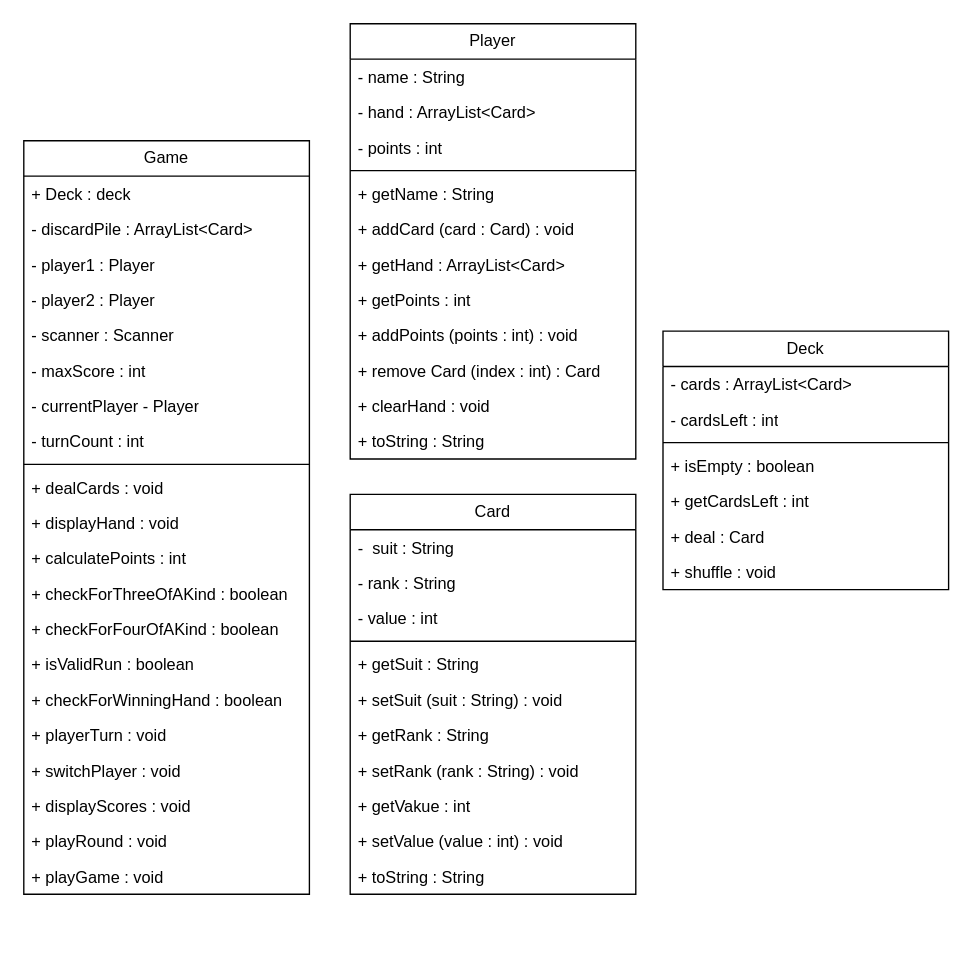
ssandhu20/CardGame keeps this draw.io diagram as CardGame.drawio. Above is the earlier version. Source tidied: cells renumbered, new cells numbered last; positions are measured from the earlier drawing's top-left corner, leaving out a move shared by most shapes. Both pictures are drawn from the tidied source at 136%, with x=0, y=0 at pixel (23, 23).
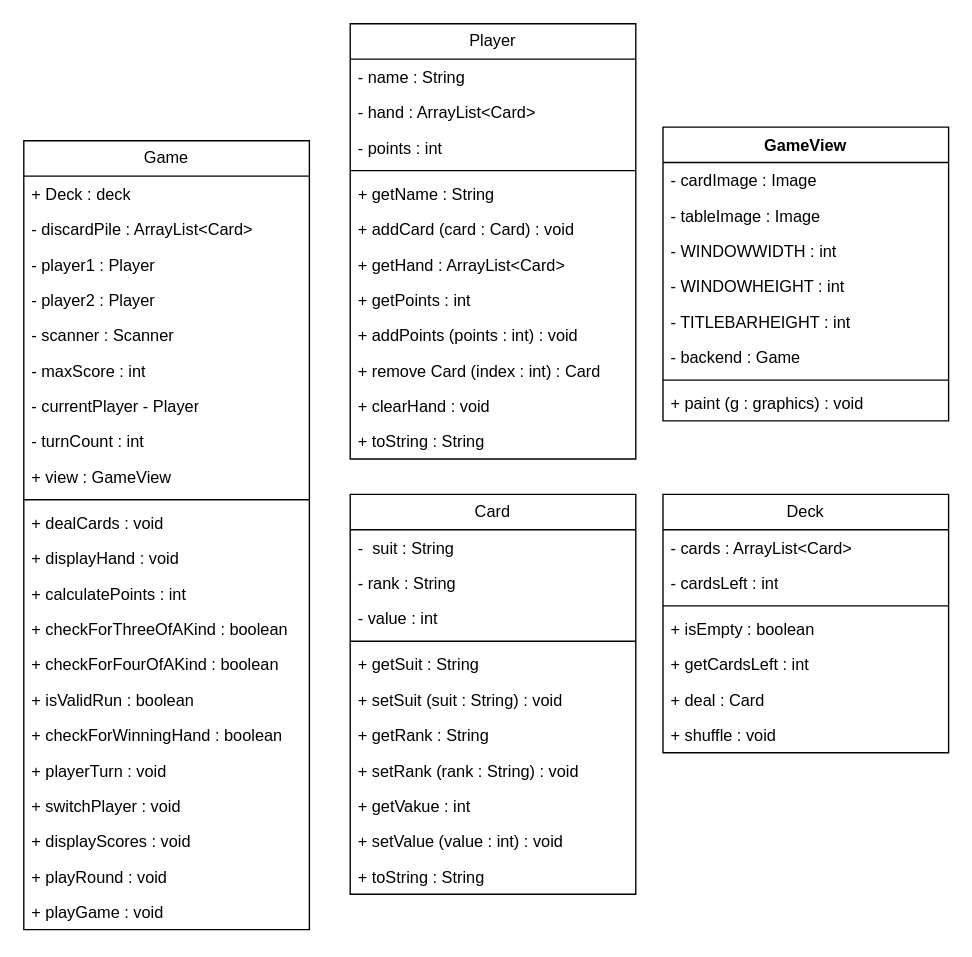
The same diagram, later.

What changed in the source:
```diff
@@
     <mxCell id="15" value="Deck" style="swimlane;fontStyle=0;horizontal=1;startSize=26;fillColor=none;whiteSpace=wrap;html=1;" parent="1" vertex="1">
-      <mxGeometry x="470" y="226" width="210" height="190" as="geometry" />
+      <mxGeometry x="470" y="346" width="210" height="190" as="geometry" />
     </mxCell>
@@
     <mxCell id="23" value="Game" style="swimlane;fontStyle=0;horizontal=1;startSize=26;fillColor=none;whiteSpace=wrap;html=1;" parent="1" vertex="1">
-      <mxGeometry y="86" width="210" height="554" as="geometry" />
+      <mxGeometry y="86" width="210" height="580" as="geometry" />
     </mxCell>
@@
+    <mxCell id="57" value="+ view : GameView" style="text;strokeColor=none;fillColor=none;align=left;verticalAlign=top;spacingLeft=4;spacingRight=4;overflow=hidden;whiteSpace=wrap;html=1;" parent="23" vertex="1">
+      <mxGeometry y="234" width="210" height="26" as="geometry" />
+    </mxCell>
     <mxCell id="32" style="line;strokeWidth=1;fillColor=none;align=left;verticalAlign=middle;spacingTop=-1;spacingLeft=3;spacingRight=3;labelPosition=right;strokeColor=inherit;" parent="23" vertex="1">
-      <mxGeometry y="234" width="210" height="8" as="geometry" />
+      <mxGeometry y="260" width="210" height="8" as="geometry" />
     </mxCell>
     <mxCell id="33" value="+ dealCards : void" style="text;strokeColor=none;fillColor=none;align=left;verticalAlign=top;spacingLeft=4;spacingRight=4;overflow=hidden;whiteSpace=wrap;html=1;" parent="23" vertex="1">
-      <mxGeometry y="242" width="210" height="26" as="geometry" />
+      <mxGeometry y="268" width="210" height="26" as="geometry" />
     </mxCell>
     <mxCell id="34" value="+ displayHand : void" style="text;strokeColor=none;fillColor=none;align=left;verticalAlign=top;spacingLeft=4;spacingRight=4;overflow=hidden;whiteSpace=wrap;html=1;" parent="23" vertex="1">
-      <mxGeometry y="268" width="210" height="26" as="geometry" />
+      <mxGeometry y="294" width="210" height="26" as="geometry" />
     </mxCell>
     <mxCell id="35" value="+ calculatePoints : int" style="text;strokeColor=none;fillColor=none;align=left;verticalAlign=top;spacingLeft=4;spacingRight=4;overflow=hidden;whiteSpace=wrap;html=1;" parent="23" vertex="1">
-      <mxGeometry y="294" width="210" height="26" as="geometry" />
+      <mxGeometry y="320" width="210" height="26" as="geometry" />
     </mxCell>
     <mxCell id="36" value="+ checkForThreeOfAKind : boolean" style="text;strokeColor=none;fillColor=none;align=left;verticalAlign=top;spacingLeft=4;spacingRight=4;overflow=hidden;whiteSpace=wrap;html=1;" parent="23" vertex="1">
-      <mxGeometry y="320" width="210" height="26" as="geometry" />
+      <mxGeometry y="346" width="210" height="26" as="geometry" />
     </mxCell>
     <mxCell id="37" value="+ checkForFourOfAKind : boolean" style="text;strokeColor=none;fillColor=none;align=left;verticalAlign=top;spacingLeft=4;spacingRight=4;overflow=hidden;whiteSpace=wrap;html=1;" parent="23" vertex="1">
-      <mxGeometry y="346" width="210" height="26" as="geometry" />
+      <mxGeometry y="372" width="210" height="26" as="geometry" />
     </mxCell>
     <mxCell id="38" value="+ isValidRun : boolean" style="text;strokeColor=none;fillColor=none;align=left;verticalAlign=top;spacingLeft=4;spacingRight=4;overflow=hidden;whiteSpace=wrap;html=1;" parent="23" vertex="1">
-      <mxGeometry y="372" width="210" height="26" as="geometry" />
+      <mxGeometry y="398" width="210" height="26" as="geometry" />
     </mxCell>
     <mxCell id="39" value="+ checkForWinningHand : boolean" style="text;strokeColor=none;fillColor=none;align=left;verticalAlign=top;spacingLeft=4;spacingRight=4;overflow=hidden;whiteSpace=wrap;html=1;" parent="23" vertex="1">
-      <mxGeometry y="398" width="210" height="26" as="geometry" />
+      <mxGeometry y="424" width="210" height="26" as="geometry" />
     </mxCell>
     <mxCell id="40" value="+ playerTurn : void" style="text;strokeColor=none;fillColor=none;align=left;verticalAlign=top;spacingLeft=4;spacingRight=4;overflow=hidden;whiteSpace=wrap;html=1;" parent="23" vertex="1">
-      <mxGeometry y="424" width="210" height="26" as="geometry" />
+      <mxGeometry y="450" width="210" height="26" as="geometry" />
     </mxCell>
     <mxCell id="41" value="+ switchPlayer : void" style="text;strokeColor=none;fillColor=none;align=left;verticalAlign=top;spacingLeft=4;spacingRight=4;overflow=hidden;whiteSpace=wrap;html=1;" parent="23" vertex="1">
-      <mxGeometry y="450" width="210" height="26" as="geometry" />
+      <mxGeometry y="476" width="210" height="26" as="geometry" />
     </mxCell>
     <mxCell id="42" value="+ displayScores : void" style="text;strokeColor=none;fillColor=none;align=left;verticalAlign=top;spacingLeft=4;spacingRight=4;overflow=hidden;whiteSpace=wrap;html=1;" parent="23" vertex="1">
-      <mxGeometry y="476" width="210" height="26" as="geometry" />
+      <mxGeometry y="502" width="210" height="26" as="geometry" />
     </mxCell>
     <mxCell id="43" value="+ playRound : void" style="text;strokeColor=none;fillColor=none;align=left;verticalAlign=top;spacingLeft=4;spacingRight=4;overflow=hidden;whiteSpace=wrap;html=1;" parent="23" vertex="1">
-      <mxGeometry y="502" width="210" height="26" as="geometry" />
+      <mxGeometry y="528" width="210" height="26" as="geometry" />
     </mxCell>
     <mxCell id="44" value="+ playGame : void" style="text;strokeColor=none;fillColor=none;align=left;verticalAlign=top;spacingLeft=4;spacingRight=4;overflow=hidden;whiteSpace=wrap;html=1;" parent="23" vertex="1">
-      <mxGeometry y="528" width="210" height="26" as="geometry" />
+      <mxGeometry y="554" width="210" height="26" as="geometry" />
     </mxCell>
@@
+    <mxCell id="58" value="GameView" style="swimlane;fontStyle=1;align=center;verticalAlign=top;horizontal=1;startSize=26;whiteSpace=wrap;html=1;" parent="1" vertex="1">
+      <mxGeometry x="470" y="76" width="210" height="216" as="geometry" />
+    </mxCell>
+    <mxCell id="59" value="- cardImage : Image" style="text;strokeColor=none;fillColor=none;align=left;verticalAlign=top;spacingLeft=4;spacingRight=4;overflow=hidden;whiteSpace=wrap;html=1;" parent="58" vertex="1">
+      <mxGeometry y="26" width="210" height="26" as="geometry" />
+    </mxCell>
+    <mxCell id="60" value="- tableImage : Image" style="text;strokeColor=none;fillColor=none;align=left;verticalAlign=top;spacingLeft=4;spacingRight=4;overflow=hidden;whiteSpace=wrap;html=1;" parent="58" vertex="1">
+      <mxGeometry y="52" width="210" height="26" as="geometry" />
+    </mxCell>
+    <mxCell id="61" value="- WINDOWWIDTH : int" style="text;strokeColor=none;fillColor=none;align=left;verticalAlign=top;spacingLeft=4;spacingRight=4;overflow=hidden;whiteSpace=wrap;html=1;" parent="58" vertex="1">
+      <mxGeometry y="78" width="210" height="26" as="geometry" />
+    </mxCell>
+    <mxCell id="62" value="- WINDOWHEIGHT : int" style="text;strokeColor=none;fillColor=none;align=left;verticalAlign=top;spacingLeft=4;spacingRight=4;overflow=hidden;whiteSpace=wrap;html=1;" parent="58" vertex="1">
+      <mxGeometry y="104" width="210" height="26" as="geometry" />
+    </mxCell>
+    <mxCell id="63" value="- TITLEBARHEIGHT : int" style="text;strokeColor=none;fillColor=none;align=left;verticalAlign=top;spacingLeft=4;spacingRight=4;overflow=hidden;whiteSpace=wrap;html=1;" parent="58" vertex="1">
+      <mxGeometry y="130" width="210" height="26" as="geometry" />
+    </mxCell>
+    <mxCell id="64" value="- backend : Game" style="text;strokeColor=none;fillColor=none;align=left;verticalAlign=top;spacingLeft=4;spacingRight=4;overflow=hidden;whiteSpace=wrap;html=1;" parent="58" vertex="1">
+      <mxGeometry y="156" width="210" height="26" as="geometry" />
+    </mxCell>
+    <mxCell id="65" style="line;strokeWidth=1;fillColor=none;align=left;verticalAlign=middle;spacingTop=-1;spacingLeft=3;spacingRight=3;labelPosition=right;strokeColor=inherit;" parent="58" vertex="1">
+      <mxGeometry y="182" width="210" height="8" as="geometry" />
+    </mxCell>
+    <mxCell id="66" value="+ paint (g : graphics) : void" style="text;strokeColor=none;fillColor=none;align=left;verticalAlign=top;spacingLeft=4;spacingRight=4;overflow=hidden;whiteSpace=wrap;html=1;" parent="58" vertex="1">
+      <mxGeometry y="190" width="210" height="26" as="geometry" />
+    </mxCell>
```
